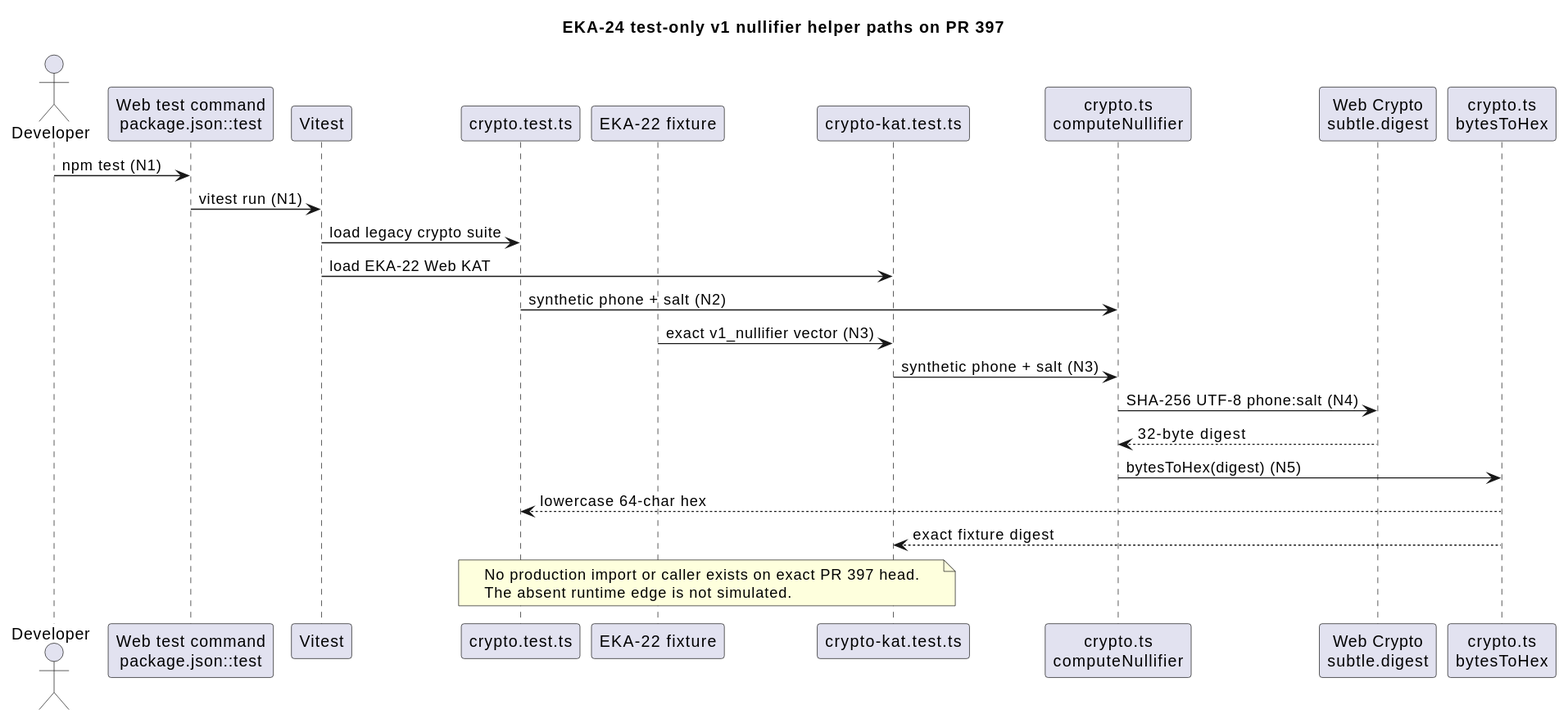
Before: docs/architecture/main-path_007.svg, a diagram exported from PlantUML (NeaBouli/pnyx).
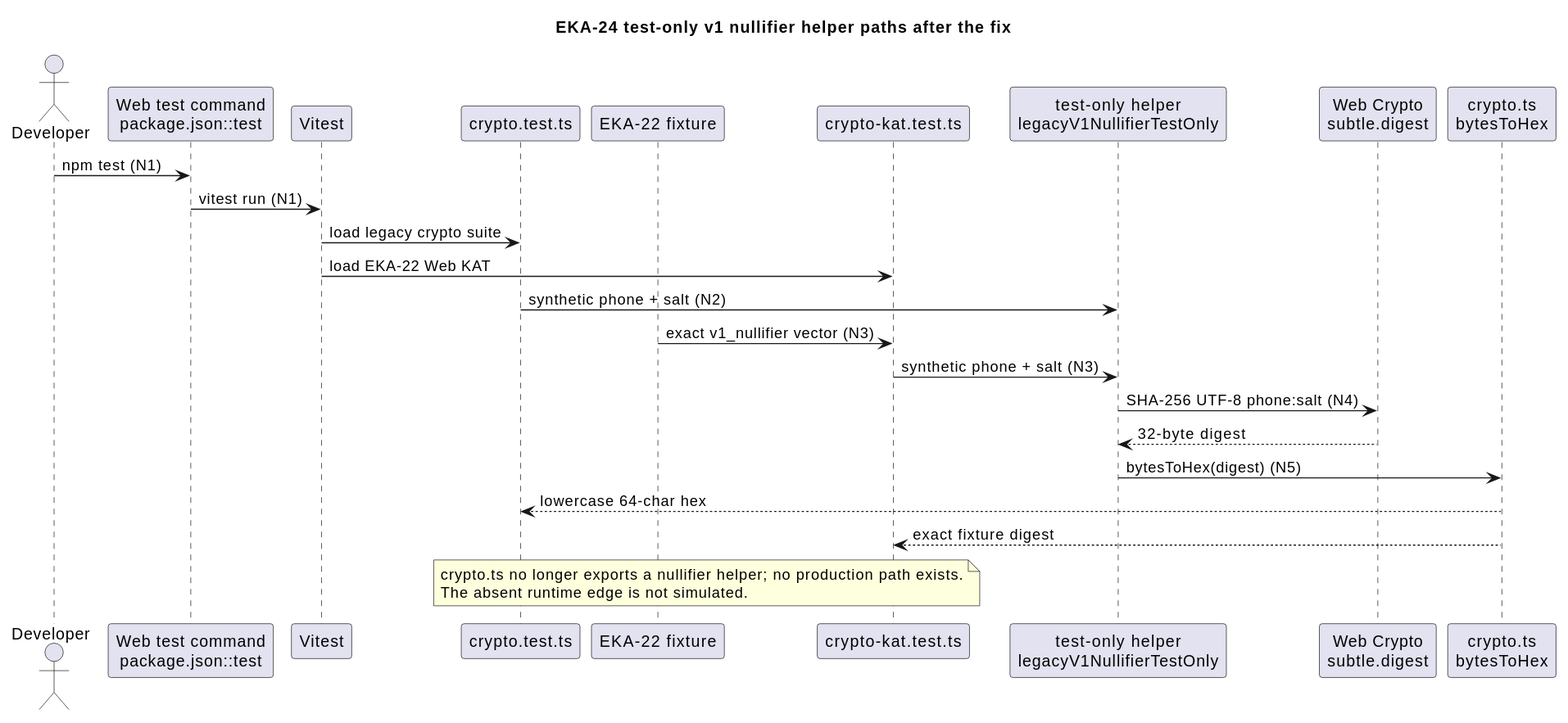
Above is the later version.

Commit message:
docs(EKA-24): map after-state, fixture note, current base (Codex review #406)

The edit, as a diff of the source:
```diff
@@ -1,6 +1,6 @@
 @startuml
 !pragma layout smetana
-title EKA-24 test-only v1 nullifier helper paths on PR 397
+title EKA-24 test-only v1 nullifier helper paths after the fix
 
 actor Developer
 participant "Web test command\npackage.json::test" as TESTCMD
@@ -8,7 +8,7 @@
 participant "crypto.test.ts" as LEGACY
 participant "EKA-22 fixture" as FIXTURE
 participant "crypto-kat.test.ts" as KAT
-participant "crypto.ts\ncomputeNullifier" as HELPER
+participant "test-only helper\nlegacyV1NullifierTestOnly" as HELPER
 participant "Web Crypto\nsubtle.digest" as WEBCRYPTO
 participant "crypto.ts\nbytesToHex" as HEX
 
@@ -26,7 +26,7 @@
 HEX --> KAT : exact fixture digest
 
 note over LEGACY,KAT
-  No production import or caller exists on exact PR 397 head.
+  crypto.ts no longer exports a nullifier helper; no production path exists.
   The absent runtime edge is not simulated.
 end note
 @enduml
```
